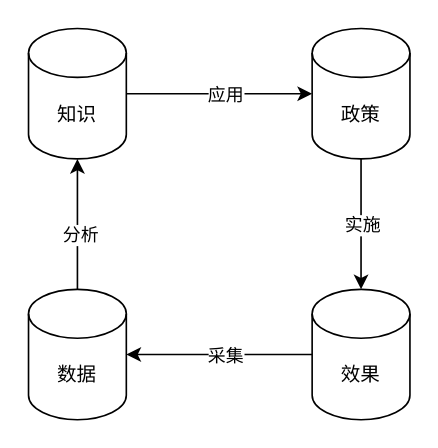
This is Untitled Diagram.drawio from bmnew/artDialog, a draw.io file, before an edit. Source tidied: cells renumbered, new cells numbered last; positions are measured from the earlier drawing's top-left corner, leaving out a move shared by most shapes. Both pictures are drawn from the tidied source at 163%, with x=0, y=0 at pixel (28, 28).
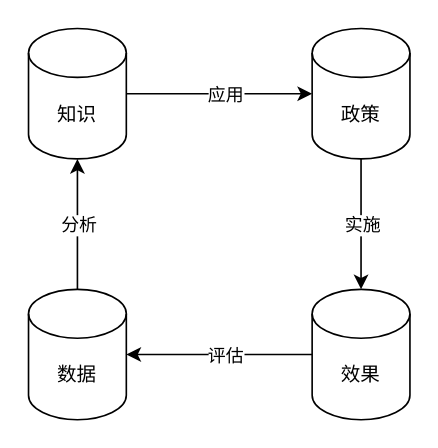
After the change.

Change to the diagram source:
```diff
@@
 <mxGraphModel>
   <root>
     <mxCell id="0" />
     <mxCell id="1" parent="0" />
     <mxCell id="2" style="edgeStyle=orthogonalEdgeStyle;rounded=0;jettySize=auto;html=1;exitX=0.5;exitY=0;exitDx=0;exitDy=0;exitPerimeter=0;entryX=0.5;entryY=1;entryDx=0;entryDy=0;entryPerimeter=0;" parent="1" edge="1" source="4" target="7">
       <mxGeometry relative="1" as="geometry" />
     </mxCell>
     <mxCell id="3" value="分析" style="edgeLabel;html=1;align=center;verticalAlign=middle;" parent="2" vertex="1">
-      <mxGeometry x="-0.16" y="-1" relative="1" as="geometry" />
+      <mxGeometry x="-0.16" y="-1" relative="1" as="geometry">
+        <mxPoint x="-1" y="-6" as="offset" />
+      </mxGeometry>
     </mxCell>
     <mxCell id="4" value="数据" style="shape=cylinder3;whiteSpace=wrap;html=1;boundedLbl=1;backgroundOutline=1;size=15;" parent="1" vertex="1">
       <mxGeometry y="160" width="60" height="80" as="geometry" />
     </mxCell>
     <mxCell id="5" style="edgeStyle=orthogonalEdgeStyle;rounded=0;jettySize=auto;html=1;exitX=1;exitY=0.5;exitDx=0;exitDy=0;exitPerimeter=0;" parent="1" edge="1" source="7" target="10">
       <mxGeometry relative="1" as="geometry" />
     </mxCell>
     <mxCell id="6" value="应用" style="edgeLabel;html=1;align=center;verticalAlign=middle;" parent="5" vertex="1">
       <mxGeometry x="0.27" y="-2" relative="1" as="geometry">
         <mxPoint x="-12" y="-2" as="offset" />
       </mxGeometry>
     </mxCell>
     <mxCell id="7" value="知识" style="shape=cylinder3;whiteSpace=wrap;html=1;boundedLbl=1;backgroundOutline=1;size=15;" parent="1" vertex="1">
       <mxGeometry width="60" height="80" as="geometry" />
     </mxCell>
     <mxCell id="8" style="edgeStyle=orthogonalEdgeStyle;rounded=0;jettySize=auto;html=1;exitX=0.5;exitY=1;exitDx=0;exitDy=0;exitPerimeter=0;entryX=0.5;entryY=0;entryDx=0;entryDy=0;entryPerimeter=0;" parent="1" edge="1" source="10" target="13">
       <mxGeometry relative="1" as="geometry" />
     </mxCell>
     <mxCell id="9" value="实施" style="edgeLabel;html=1;align=center;verticalAlign=middle;" parent="8" vertex="1">
       <mxGeometry x="-0.26" y="2" relative="1" as="geometry">
         <mxPoint x="-2" y="10" as="offset" />
       </mxGeometry>
     </mxCell>
     <mxCell id="10" value="政策" style="shape=cylinder3;whiteSpace=wrap;html=1;boundedLbl=1;backgroundOutline=1;size=15;" parent="1" vertex="1">
       <mxGeometry x="174" width="60" height="80" as="geometry" />
     </mxCell>
     <mxCell id="11" style="edgeStyle=orthogonalEdgeStyle;rounded=0;jettySize=auto;html=1;exitX=0;exitY=0.5;exitDx=0;exitDy=0;exitPerimeter=0;" parent="1" edge="1" source="13" target="4">
       <mxGeometry relative="1" as="geometry" />
     </mxCell>
-    <mxCell id="12" value="采集" style="edgeLabel;html=1;align=center;verticalAlign=middle;" parent="11" vertex="1">
+    <mxCell id="12" value="评估" style="edgeLabel;html=1;align=center;verticalAlign=middle;" parent="11" vertex="1">
       <mxGeometry x="-0.17" y="4" relative="1" as="geometry">
         <mxPoint x="-7" y="-4" as="offset" />
       </mxGeometry>
     </mxCell>
     <mxCell id="13" value="效果" style="shape=cylinder3;whiteSpace=wrap;html=1;boundedLbl=1;backgroundOutline=1;size=15;" parent="1" vertex="1">
       <mxGeometry x="174" y="160" width="60" height="80" as="geometry" />
     </mxCell>
   </root>
 </mxGraphModel>
```
